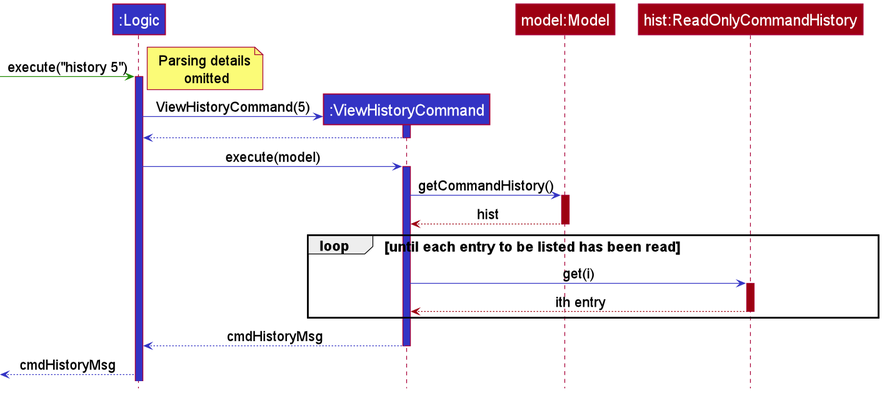
Before: docs/images/commandhistory/CmdHistViewHistorySequenceDiagram.png, a diagram exported from PlantUML (nus-cs2103-AY2021S2/tp).
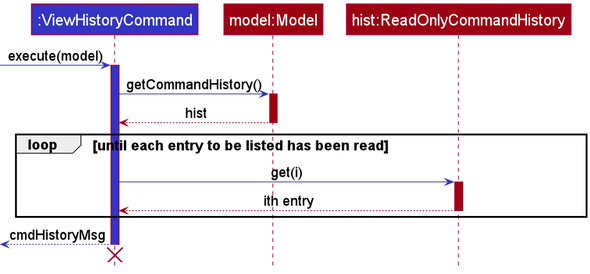
The same diagram one commit later.

Commit message:
Docs(DG): Simplify view history sequence diagram

What changed in the source:
```diff
@@ -1,26 +1,14 @@
 @startuml
 !include ../style.puml
-
 
 skinParam DefaultFontSize 18
 skinParam ParticipantFontSize 20
 
-Participant ":Logic" as logic LOGIC_COLOR
 Participant ":ViewHistoryCommand" as cmd LOGIC_COLOR
 Participant "model:Model" as model MODEL_COLOR
 Participant "hist:ReadOnlyCommandHistory" as cmdHist MODEL_COLOR
 
--[UI_COLOR]> logic : execute("history 5")
-activate logic LOGIC_COLOR
-
-note left: Parsing details\n omitted
-logic -[LOGIC_COLOR]> cmd ** : ViewHistoryCommand(5)
-activate cmd LOGIC_COLOR
-
-cmd --[LOGIC_COLOR]> logic
-deactivate cmd
-
-logic -[LOGIC_COLOR]> cmd : execute(model)
+-[LOGIC_COLOR]> cmd : execute(model)
 activate cmd LOGIC_COLOR
 
 cmd -[LOGIC_COLOR]> model : getCommandHistory()
@@ -36,9 +24,9 @@
     deactivate cmdHist
 end
 
-cmd --[LOGIC_COLOR]> logic : cmdHistoryMsg
+<-[LOGIC_COLOR]- cmd : cmdHistoryMsg
 deactivate cmd
-
-<-[LOGIC_COLOR]- logic : cmdHistoryMsg
+<-[hidden]- cmd
+destroy cmd
 
 @enduml
```
